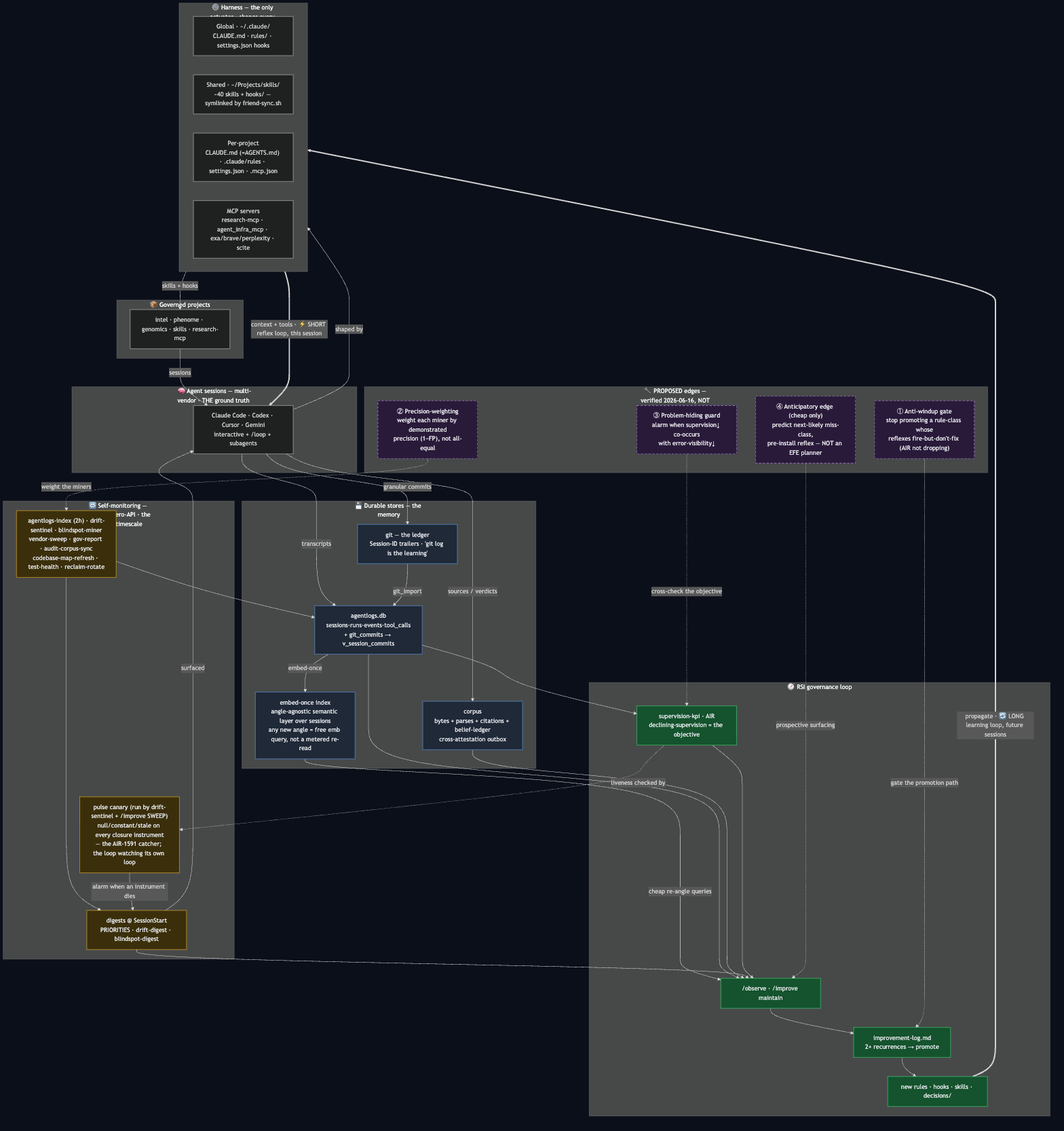
markusstrasser/agent-infra keeps this Mermaid diagram as architecture.png. Above is the earlier version. Its source is kept beside it as architecture.mmd.
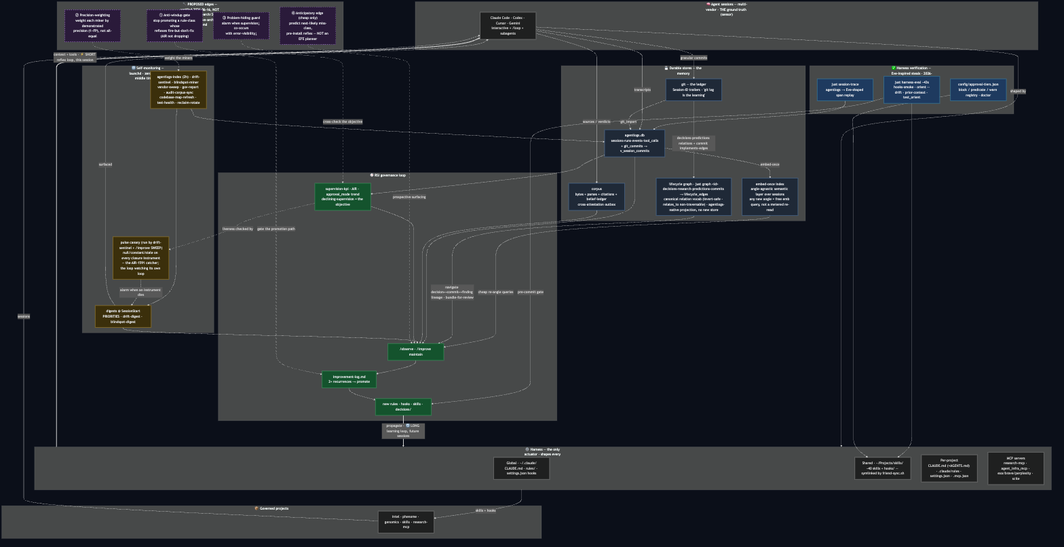
The same diagram one commit later.

Commit message:
[docs] Fold the lifecycle-graph spine into the architecture flowchart + Quick Start

What changed in the source:
```diff
@@ -10,11 +10,18 @@
         MCP["MCP servers<br/>research-mcp · agent_infra_mcp · exa/brave/perplexity · scite"]
     end
 
+    subgraph VERIFY["✅ Harness verification — Eve-inspired steals · 2026-06-17"]
+        HE["just harness-eval ~43s<br/>hooks-smoke · orient --drift · prior-context · test_orient"]
+        AT["config/approval-tiers.json<br/>block / predicate / warn registry · doctor"]
+        ST["just session-trace<br/>agentlogs → Eve-shaped span replay"]
+    end
+
     subgraph STORE["💾 Durable stores — the memory"]
         GIT["git — the ledger<br/>Session-ID trailers · 'git log is the learning'"]
         DB["agentlogs.db<br/>sessions·runs·events·tool_calls<br/>+ git_commits → v_session_commits"]
         CORP["corpus<br/>bytes + parses + citations + belief-ledger<br/>cross-attestation outbox"]
         EMB["embed-once index<br/>angle-agnostic semantic layer over sessions<br/>any new angle = free emb query, not a metered re-read"]
+        LG["lifecycle graph · just graph &lt;id&gt;<br/>decisions·research·predictions·commits → lifecycle_edges<br/>canonical relation vocab (invert-safe · relates_to non-traversable) · agentlogs-native projection, no new store"]
     end
 
     subgraph WATCH["🔁 Self-monitoring — launchd · zero-API · the middle timescale"]
@@ -27,7 +34,7 @@
         OBS["/observe · /improve maintain"]
         LOG["improvement-log.md<br/>2+ recurrences → promote"]
         RULE["new rules · hooks · skills · decisions/"]
-        KPI["supervision-kpi · AIR<br/>declining-supervision = the objective"]
+        KPI["supervision-kpi · AIR · approval_mode trend<br/>declining-supervision = the objective"]
     end
 
     subgraph PROJ["📦 Governed projects"]
@@ -40,6 +47,11 @@
         PH["③ Problem-hiding guard<br/>alarm when supervision↓ co-occurs<br/>with error-visibility↓"]
         ANT["④ Anticipatory edge (cheap only)<br/>predict next-likely miss-class,<br/>pre-install reflex — NOT an EFE planner"]
     end
+
+    HE --> SH
+    AT --> SH
+    ST --> DB
+    HE -->|pre-commit gate| RULE
 
     S1 -->|shaped by| HARNESS
     HARNESS ==>|context + tools · ⚡ SHORT reflex loop, this session| S1
@@ -56,6 +68,8 @@
     PULSE -->|alarm when an instrument dies| DIG
     DB -->|embed-once| EMB
     EMB -->|cheap re-angle queries| OBS
+    GIT -->|decisions·predictions relations + commit implements-edges| LG
+    LG -->|navigate decision↔commit↔finding lineage · bundle-for-review| OBS
     DB --> OBS
     CORP --> OBS
     DIG --> OBS
@@ -75,8 +89,10 @@
     classDef store fill:#1f2937,stroke:#60a5fa,color:#e5e7eb;
     classDef gov fill:#14532d,stroke:#4ade80,color:#e5e7eb;
     classDef watch fill:#3b2f0b,stroke:#fbbf24,color:#e5e7eb;
+    classDef verify fill:#1e3a5f,stroke:#38bdf8,color:#e5e7eb;
     classDef prop fill:#2a1a3a,stroke:#c084fc,color:#e5e7eb,stroke-dasharray:5 5;
-    class GIT,DB,CORP,EMB store;
+    class GIT,DB,CORP,EMB,LG store;
     class OBS,LOG,RULE,KPI gov;
     class L,DIG,PULSE watch;
+    class HE,AT,ST verify;
     class AW,PW,PH,ANT prop;
```
